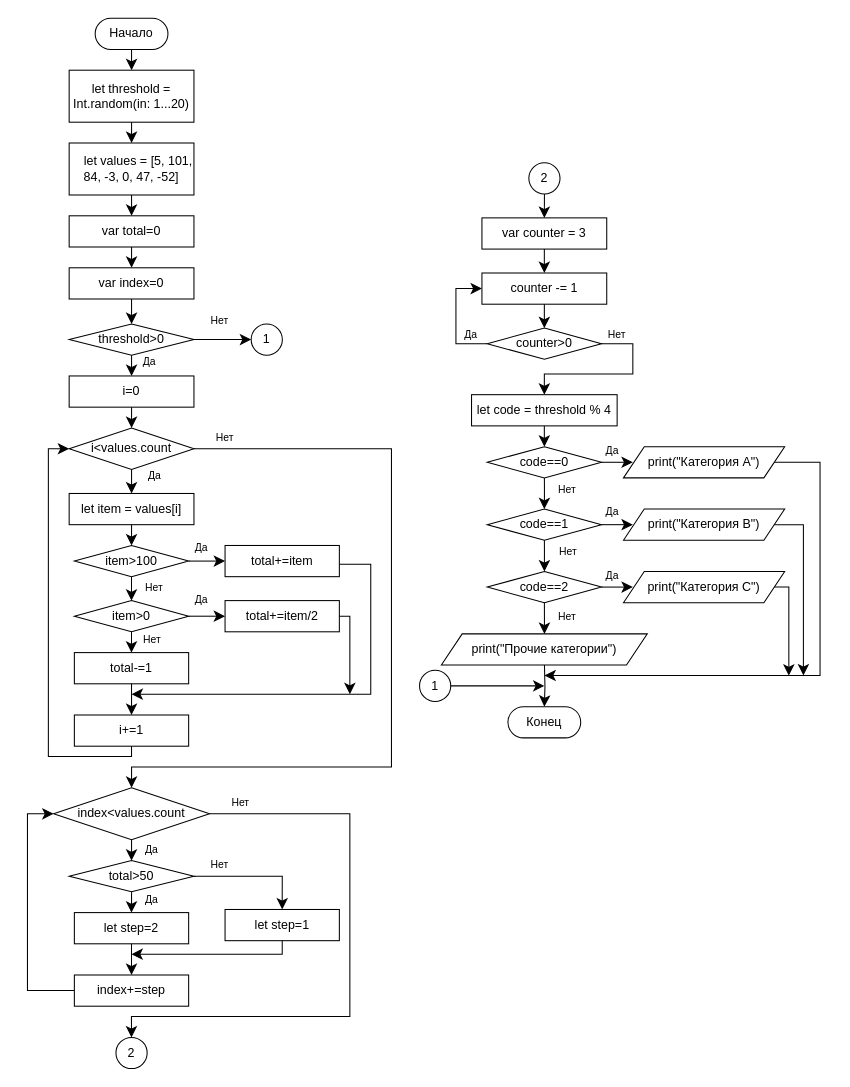
Above: алгоритм.drawio in Temiyk/jibble-swift-parser (draw.io), before the change. Source tidied: cells renumbered, new cells numbered last; positions are measured from the earlier drawing's top-left corner, leaving out a move shared by most shapes. Both pictures are drawn from the tidied source at 104%, with x=0, y=0 at pixel (27, 18).
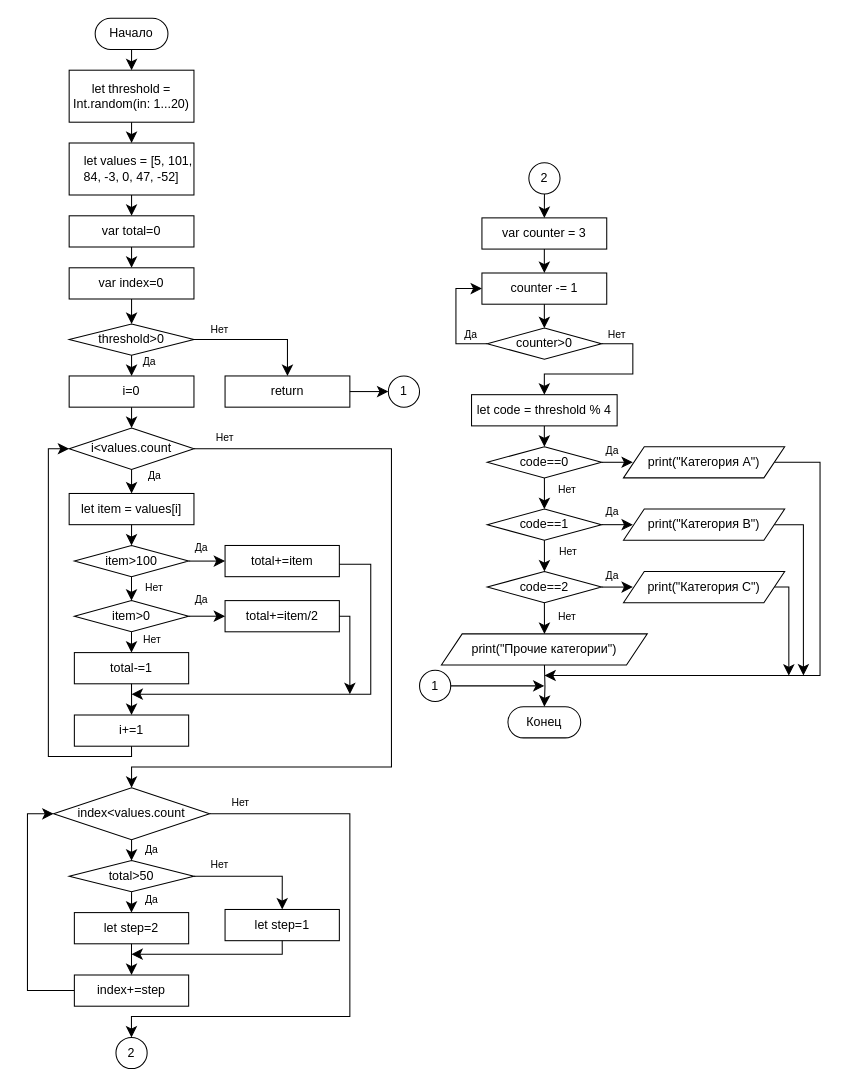
The same diagram, later.

Unchanged cells that the change refers to:
```xml
<mxCell id="5" value="&lt;span style=&quot;background-color: transparent; color: light-dark(rgb(0, 0, 0), rgb(255, 255, 255));&quot;&gt;threshold&amp;gt;0&lt;/span&gt;" style="rhombus;whiteSpace=wrap;html=1;shapeInside=1;" parent="1" vertex="1">
  <mxGeometry x="40" y="294" width="120" height="30" as="geometry" />
</mxCell>
```

Change to the diagram source:
```diff
@@
     <mxCell id="47" value="1" style="ellipse;whiteSpace=wrap;html=1;shapeInside=1;" parent="1" vertex="1">
-      <mxGeometry x="215" y="294" width="30" height="30" as="geometry" />
+      <mxGeometry x="346.9" y="344" width="30" height="30" as="geometry" />
     </mxCell>
-    <mxCell id="48" style="endArrow=classic;html=1;rounded=0;fontSize=12;startSize=8;endSize=8;curved=1;exitX=1;exitY=0.5;exitDx=0;exitDy=0;entryX=0;entryY=0.5;entryDx=0;entryDy=0;" parent="1" edge="1" source="5" target="47">
+    <mxCell id="48" style="endArrow=classic;html=1;rounded=0;fontSize=12;startSize=8;endSize=8;exitX=1;exitY=0.5;exitDx=0;exitDy=0;entryX=0.5;entryY=0;entryDx=0;entryDy=0;edgeStyle=orthogonalEdgeStyle;" parent="1" edge="1" source="5" target="101">
       <mxGeometry relative="1" as="geometry" />
     </mxCell>
@@
     <mxCell id="75" value="&lt;font style=&quot;font-size: 10px;&quot;&gt;Нет&lt;/font&gt;" style="text;html=1;whiteSpace=wrap;strokeColor=none;fillColor=none;align=center;verticalAlign=middle;rounded=0;fontSize=16;" parent="1" vertex="1">
-      <mxGeometry x="155" y="274" width="60" height="30" as="geometry" />
+      <mxGeometry x="155" y="282" width="60" height="30" as="geometry" />
     </mxCell>
@@
+    <mxCell id="101" value="return" style="rounded=0;whiteSpace=wrap;html=1;" parent="1" vertex="1">
+      <mxGeometry x="189.9" y="344" width="120" height="30" as="geometry" />
+    </mxCell>
+    <mxCell id="102" style="endArrow=classic;html=1;rounded=0;fontSize=12;startSize=8;endSize=8;curved=1;exitX=1;exitY=0.5;exitDx=0;exitDy=0;entryX=0;entryY=0.5;entryDx=0;entryDy=0;" parent="1" edge="1" source="101" target="47">
+      <mxGeometry relative="1" as="geometry" />
+    </mxCell>
```
